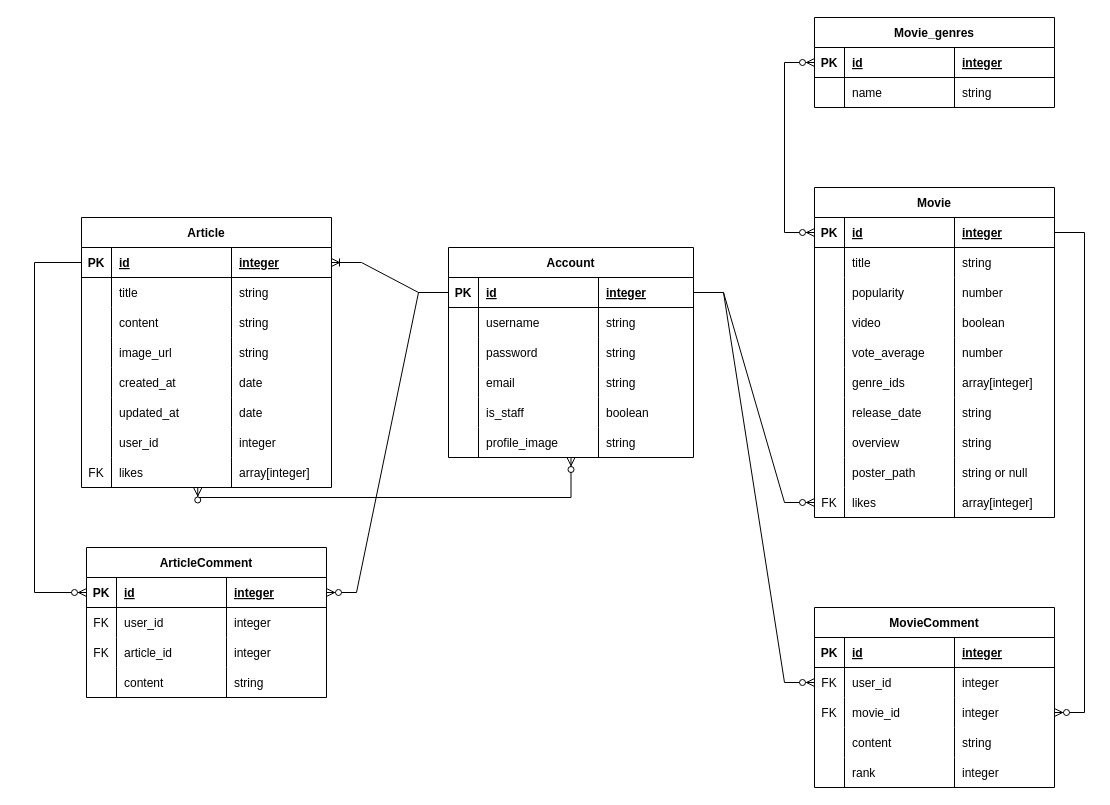
Before: ERD.drawio in GimChi-JJiGae/Project_YC, a draw.io diagram. Source tidied: cells renumbered, new cells numbered last; positions are measured from the earlier drawing's top-left corner, leaving out a move shared by most shapes. Both pictures are drawn from the tidied source at 100%, with x=0, y=0 at pixel (34, 17).
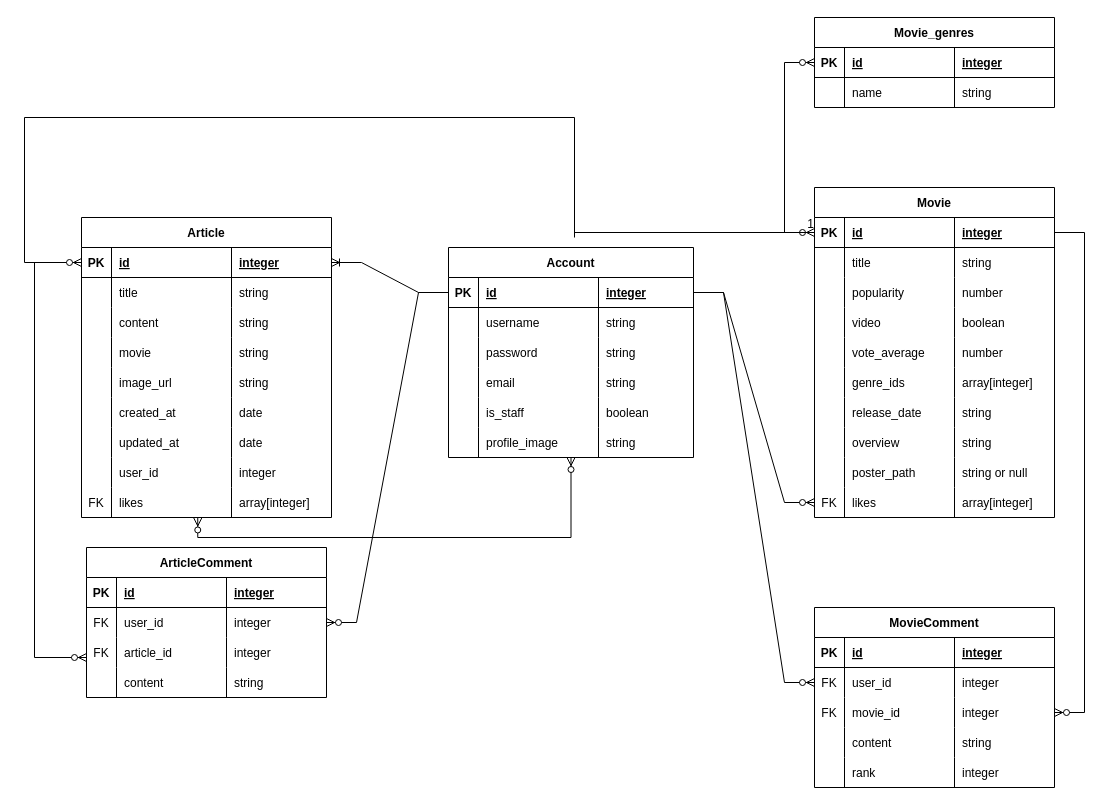
The same page after the edit.

Unchanged cells that the change refers to:
```xml
<mxCell id="3" style="shape=tableRow;horizontal=0;startSize=0;swimlaneHead=0;swimlaneBody=0;fillColor=none;points=[[0,0.5],[1,0.5]];portConstraint=eastwest;top=0;left=0;right=0;bottom=1;strokeWidth=1;" parent="2" vertex="1">
  <mxGeometry y="30" width="240" height="30" as="geometry" />
</mxCell>
<mxCell id="43" value="Account" style="shape=table;startSize=30;childLayout=tableLayout;rowLines=0;fontStyle=1;align=center;" parent="1" vertex="1">
  <mxGeometry x="414" y="230" width="245" height="210" as="geometry" />
</mxCell>
<mxCell id="44" style="shape=tableRow;horizontal=0;startSize=0;swimlaneHead=0;swimlaneBody=0;fillColor=none;points=[[0,0.5],[1,0.5]];portConstraint=eastwest;top=0;left=0;right=0;bottom=1;" parent="43" vertex="1">
  <mxGeometry y="30" width="245" height="30" as="geometry" />
</mxCell>
<mxCell id="91" style="shape=tableRow;horizontal=0;startSize=0;swimlaneHead=0;swimlaneBody=0;fillColor=none;points=[[0,0.5],[1,0.5]];portConstraint=eastwest;top=0;left=0;right=0;bottom=1;" parent="90" vertex="1">
  <mxGeometry y="30" width="250" height="30" as="geometry" />
</mxCell>
<mxCell id="125" style="shape=tableRow;horizontal=0;startSize=0;swimlaneHead=0;swimlaneBody=0;fillColor=none;points=[[0,0.5],[1,0.5]];portConstraint=eastwest;top=0;left=0;right=0;bottom=1;" parent="124" vertex="1">
  <mxGeometry y="30" width="240" height="30" as="geometry" />
</mxCell>
<mxCell id="129" style="shape=tableRow;horizontal=0;startSize=0;swimlaneHead=0;swimlaneBody=0;fillColor=none;points=[[0,0.5],[1,0.5]];portConstraint=eastwest;top=0;left=0;right=0;bottom=0;" parent="124" vertex="1">
  <mxGeometry y="60" width="240" height="30" as="geometry" />
</mxCell>
<mxCell id="133" style="shape=tableRow;horizontal=0;startSize=0;swimlaneHead=0;swimlaneBody=0;fillColor=none;points=[[0,0.5],[1,0.5]];portConstraint=eastwest;top=0;left=0;right=0;bottom=0;" parent="124" vertex="1">
  <mxGeometry y="90" width="240" height="30" as="geometry" />
</mxCell>
```

Change to the diagram source:
```diff
@@
     <mxCell id="90" value="Article" style="shape=table;startSize=30;childLayout=tableLayout;rowLines=0;fontStyle=1;align=center;" parent="1" vertex="1">
-      <mxGeometry x="47" y="200" width="250" height="270" as="geometry" />
+      <mxGeometry x="47" y="200" width="250" height="300" as="geometry" />
     </mxCell>
@@
+    <mxCell id="156" style="shape=tableRow;horizontal=0;startSize=0;swimlaneHead=0;swimlaneBody=0;fillColor=none;top=0;left=0;right=0;bottom=0;" parent="90" vertex="1">
+      <mxGeometry y="120" width="250" height="30" as="geometry" />
+    </mxCell>
+    <mxCell id="157" style="shape=partialRectangle;fillColor=none;top=0;left=0;bottom=0;right=0;overflow=hidden;" parent="156" vertex="1">
+      <mxGeometry width="30" height="30" as="geometry" />
+    </mxCell>
+    <mxCell id="158" value="movie" style="shape=partialRectangle;fillColor=none;top=0;left=0;bottom=0;right=0;align=left;spacingLeft=6;overflow=hidden;" parent="156" vertex="1">
+      <mxGeometry x="30" width="120" height="30" as="geometry" />
+    </mxCell>
+    <mxCell id="159" value="string" style="shape=partialRectangle;fillColor=none;top=0;left=0;bottom=0;right=0;align=left;spacingLeft=6;overflow=hidden;" parent="156" vertex="1">
+      <mxGeometry x="150" width="100" height="30" as="geometry" />
+    </mxCell>
     <mxCell id="103" style="shape=tableRow;horizontal=0;startSize=0;swimlaneHead=0;swimlaneBody=0;fillColor=none;top=0;left=0;right=0;bottom=0;" parent="90" vertex="1">
-      <mxGeometry y="120" width="250" height="30" as="geometry" />
+      <mxGeometry y="150" width="250" height="30" as="geometry" />
     </mxCell>
@@
     <mxCell id="107" style="shape=tableRow;horizontal=0;startSize=0;swimlaneHead=0;swimlaneBody=0;fillColor=none;top=0;left=0;right=0;bottom=0;" parent="90" vertex="1">
-      <mxGeometry y="150" width="250" height="30" as="geometry" />
+      <mxGeometry y="180" width="250" height="30" as="geometry" />
     </mxCell>
@@
     <mxCell id="111" style="shape=tableRow;horizontal=0;startSize=0;swimlaneHead=0;swimlaneBody=0;fillColor=none;top=0;left=0;right=0;bottom=0;" parent="90" vertex="1">
-      <mxGeometry y="180" width="250" height="30" as="geometry" />
+      <mxGeometry y="210" width="250" height="30" as="geometry" />
     </mxCell>
@@
     <mxCell id="115" style="shape=tableRow;horizontal=0;startSize=0;swimlaneHead=0;swimlaneBody=0;fillColor=none;top=0;left=0;right=0;bottom=0;" parent="90" vertex="1">
-      <mxGeometry y="210" width="250" height="30" as="geometry" />
+      <mxGeometry y="240" width="250" height="30" as="geometry" />
     </mxCell>
@@
     <mxCell id="119" style="shape=tableRow;horizontal=0;startSize=0;swimlaneHead=0;swimlaneBody=0;fillColor=none;points=[[0,0.5],[1,0.5]];portConstraint=eastwest;top=0;left=0;right=0;bottom=0;" parent="90" vertex="1">
-      <mxGeometry y="240" width="250" height="30" as="geometry" />
+      <mxGeometry y="270" width="250" height="30" as="geometry" />
     </mxCell>
@@
-    <mxCell id="141" style="edgeStyle=entityRelationEdgeStyle;fontSize=12;html=1;endArrow=ERzeroToMany;endFill=1;rounded=0;exitX=0;exitY=0.5;exitDx=0;exitDy=0;entryX=1;entryY=0.5;entryDx=0;entryDy=0;" parent="1" edge="1" source="44" target="125">
+    <mxCell id="141" style="edgeStyle=entityRelationEdgeStyle;fontSize=12;html=1;endArrow=ERzeroToMany;endFill=1;rounded=0;exitX=0;exitY=0.5;exitDx=0;exitDy=0;entryX=1;entryY=0.5;entryDx=0;entryDy=0;" parent="1" edge="1" source="44" target="129">
       <mxGeometry relative="1" as="geometry" />
     </mxCell>
-    <mxCell id="142" style="edgeStyle=orthogonalEdgeStyle;fontSize=12;html=1;endArrow=ERzeroToMany;endFill=1;rounded=0;entryX=0;entryY=0.5;entryDx=0;entryDy=0;exitX=0;exitY=0.5;exitDx=0;exitDy=0;" parent="1" edge="1" source="91" target="125">
+    <mxCell id="142" style="edgeStyle=orthogonalEdgeStyle;fontSize=12;html=1;endArrow=ERzeroToMany;endFill=1;rounded=0;exitX=0;exitY=0.5;exitDx=0;exitDy=0;" parent="1" edge="1" source="91" target="133">
       <mxGeometry relative="1" as="geometry">
         <Array as="points">
           <mxPoint y="245" />
-          <mxPoint y="575" />
+          <mxPoint y="640" />
         </Array>
       </mxGeometry>
     </mxCell>
@@
     <mxCell id="153" style="edgeStyle=elbowEdgeStyle;fontSize=12;html=1;endArrow=ERzeroToMany;endFill=1;startArrow=ERzeroToMany;rounded=0;exitX=0.465;exitY=1.016;exitDx=0;exitDy=0;exitPerimeter=0;" parent="1" edge="1" source="119" target="43">
       <mxGeometry relative="1" as="geometry">
         <Array as="points">
-          <mxPoint x="410" y="480" />
+          <mxPoint x="370" y="520" />
+          <mxPoint x="380" y="420" />
         </Array>
       </mxGeometry>
     </mxCell>
@@
+    <mxCell id="160" style="edgeStyle=elbowEdgeStyle;fontSize=12;html=1;endArrow=ERzeroToMany;endFill=1;rounded=0;strokeColor=default;entryX=0;entryY=0.5;entryDx=0;entryDy=0;" parent="1" edge="1" target="91">
+      <mxGeometry relative="1" as="geometry">
+        <mxPoint x="540" y="100" as="sourcePoint" />
+        <Array as="points">
+          <mxPoint x="-10" y="180" />
+        </Array>
+      </mxGeometry>
+    </mxCell>
+    <mxCell id="161" style="endArrow=none;html=1;rounded=0;strokeColor=default;" parent="1" edge="1">
+      <mxGeometry relative="1" as="geometry">
+        <mxPoint x="540" y="100" as="sourcePoint" />
+        <mxPoint x="540" y="220" as="targetPoint" />
+      </mxGeometry>
+    </mxCell>
+    <mxCell id="162" style="endArrow=none;html=1;rounded=0;strokeColor=default;entryX=0;entryY=0.5;entryDx=0;entryDy=0;" parent="1" edge="1" target="3">
+      <mxGeometry relative="1" as="geometry">
+        <mxPoint x="540" y="215" as="sourcePoint" />
+      </mxGeometry>
+    </mxCell>
+    <mxCell id="163" value="1" style="html=1;align=right;verticalAlign=bottom;" parent="162" vertex="1">
+      <mxGeometry x="1" relative="1" as="geometry" />
+    </mxCell>
```
